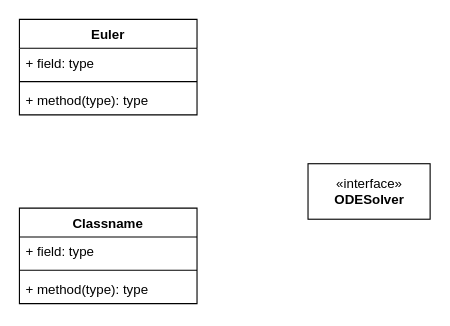
This is uml/Solvers.drawio from Tiimeeeyy/Project1-2Phase2, a draw.io file, before an edit. Source tidied: cells renumbered, new cells numbered last; positions are measured from the earlier drawing's top-left corner, leaving out a move shared by most shapes. Both pictures are drawn from the tidied source at 111%, with x=0, y=0 at pixel (19, 19).
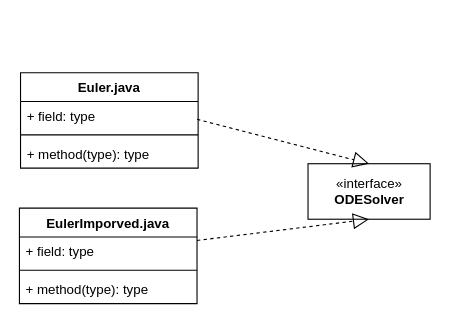
Above is the later version.

What changed in the source:
```diff
@@
 <mxGraphModel>
   <root>
     <mxCell id="0" />
     <mxCell id="1" parent="0" />
     <mxCell id="2" value="«interface»&lt;br&gt;&lt;b&gt;ODESolver&lt;/b&gt;" style="html=1;" parent="1" vertex="1">
       <mxGeometry x="260" y="130" width="110" height="50" as="geometry" />
     </mxCell>
-    <mxCell id="3" value="Euler" style="swimlane;fontStyle=1;align=center;verticalAlign=top;horizontal=1;startSize=26;" parent="1" vertex="1">
-      <mxGeometry width="160" height="86" as="geometry" />
+    <mxCell id="3" value="Euler.java" style="swimlane;fontStyle=1;align=center;verticalAlign=top;horizontal=1;startSize=26;" parent="1" vertex="1">
+      <mxGeometry x="1" y="48" width="160" height="86" as="geometry" />
     </mxCell>
     <mxCell id="4" value="+ field: type" style="text;strokeColor=none;fillColor=none;align=left;verticalAlign=top;spacingLeft=4;spacingRight=4;overflow=hidden;" parent="3" vertex="1">
       <mxGeometry y="26" width="160" height="26" as="geometry" />
     </mxCell>
     <mxCell id="5" style="line;strokeWidth=1;fillColor=none;align=left;verticalAlign=middle;spacingTop=-1;spacingLeft=3;spacingRight=3;labelPosition=right;strokeColor=inherit;" parent="3" vertex="1">
       <mxGeometry y="52" width="160" height="8" as="geometry" />
     </mxCell>
     <mxCell id="6" value="+ method(type): type" style="text;strokeColor=none;fillColor=none;align=left;verticalAlign=top;spacingLeft=4;spacingRight=4;overflow=hidden;" parent="3" vertex="1">
       <mxGeometry y="60" width="160" height="26" as="geometry" />
     </mxCell>
-    <mxCell id="7" value="Classname" style="swimlane;fontStyle=1;align=center;verticalAlign=top;horizontal=1;startSize=26;" parent="1" vertex="1">
+    <mxCell id="7" value="EulerImporved.java" style="swimlane;fontStyle=1;align=center;verticalAlign=top;horizontal=1;startSize=26;" parent="1" vertex="1">
       <mxGeometry y="170" width="160" height="86" as="geometry" />
     </mxCell>
     <mxCell id="8" value="+ field: type" style="text;strokeColor=none;fillColor=none;align=left;verticalAlign=top;spacingLeft=4;spacingRight=4;overflow=hidden;points=[[0,0.5],[1,0.5]];portConstraint=eastwest;" parent="7" vertex="1">
       <mxGeometry y="26" width="160" height="26" as="geometry" />
     </mxCell>
     <mxCell id="9" style="line;strokeWidth=1;fillColor=none;align=left;verticalAlign=middle;spacingTop=-1;spacingLeft=3;spacingRight=3;labelPosition=right;strokeColor=inherit;" parent="7" vertex="1">
       <mxGeometry y="52" width="160" height="8" as="geometry" />
     </mxCell>
     <mxCell id="10" value="+ method(type): type" style="text;strokeColor=none;fillColor=none;align=left;verticalAlign=top;spacingLeft=4;spacingRight=4;overflow=hidden;" parent="7" vertex="1">
       <mxGeometry y="60" width="160" height="26" as="geometry" />
     </mxCell>
+    <mxCell id="11" style="endArrow=block;dashed=1;endFill=0;endSize=12;html=1;entryX=0.5;entryY=1;entryDx=0;entryDy=0;" parent="1" edge="1" source="8" target="2">
+      <mxGeometry relative="1" as="geometry" />
+    </mxCell>
+    <mxCell id="12" style="endArrow=block;dashed=1;endFill=0;endSize=12;html=1;entryX=0.5;entryY=0;entryDx=0;entryDy=0;" parent="1" edge="1" target="2">
+      <mxGeometry relative="1" as="geometry">
+        <mxPoint x="160" y="90" as="sourcePoint" />
+      </mxGeometry>
+    </mxCell>
   </root>
 </mxGraphModel>
```
